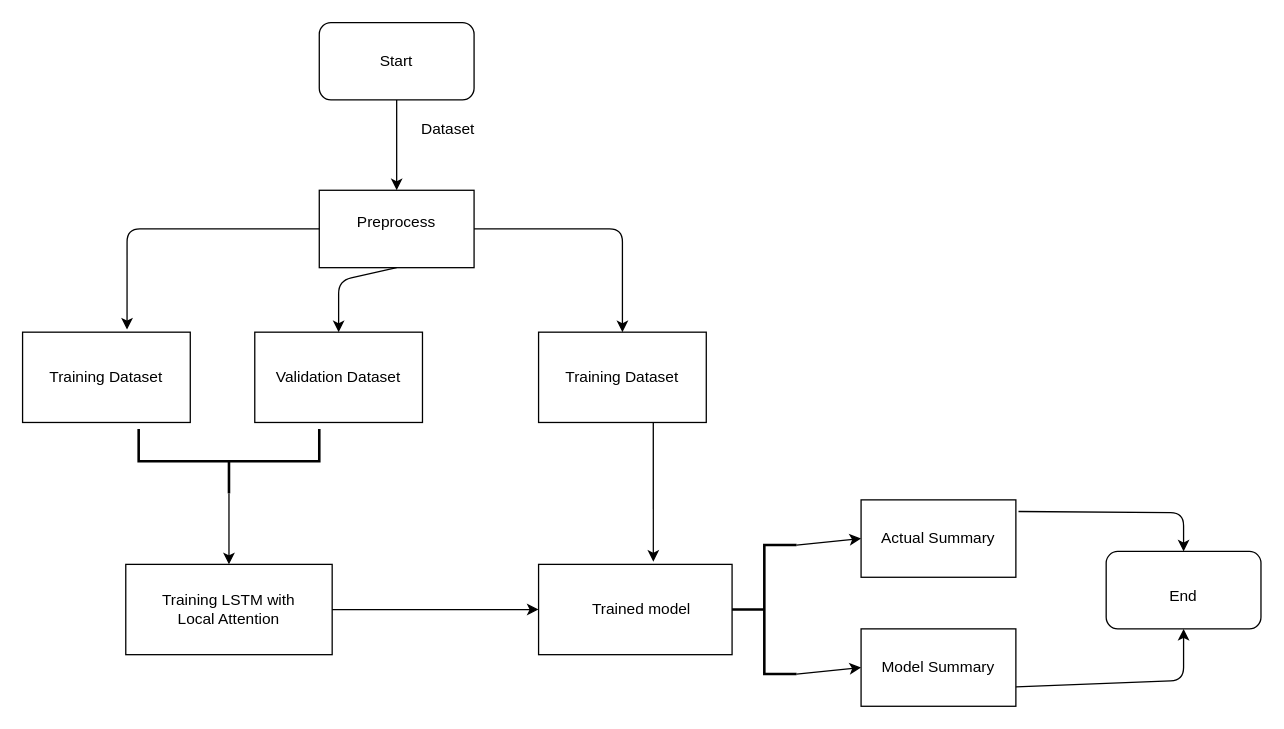
Above: Untitled Diagram.drawio in PHOENIX26012000/minor-and-major-project (draw.io), before the change. Source tidied: cells renumbered, new cells numbered last; positions are measured from the earlier drawing's top-left corner, leaving out a move shared by most shapes. Both pictures are drawn from the tidied source at 129%, with x=0, y=0 at pixel (22, 22).
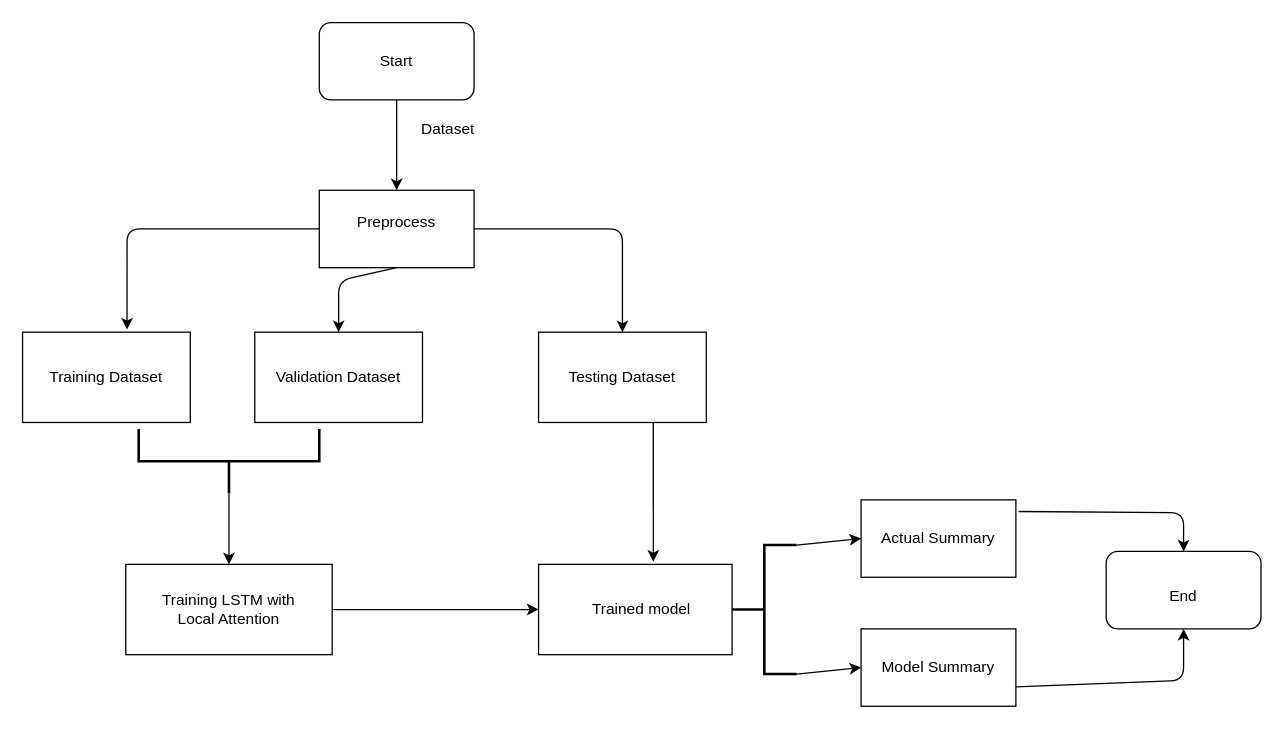
Above is the later version.

What changed in the source:
```diff
@@
-    <mxCell id="31" value="Training Dataset" style="text;html=1;strokeColor=none;fillColor=none;align=center;verticalAlign=middle;whiteSpace=wrap;rounded=0;" parent="1" vertex="1">
+    <mxCell id="31" value="Testing Dataset" style="text;html=1;strokeColor=none;fillColor=none;align=center;verticalAlign=middle;whiteSpace=wrap;rounded=0;" parent="1" vertex="1">
       <mxGeometry x="410" y="250" width="110" height="50" as="geometry" />
     </mxCell>
```
